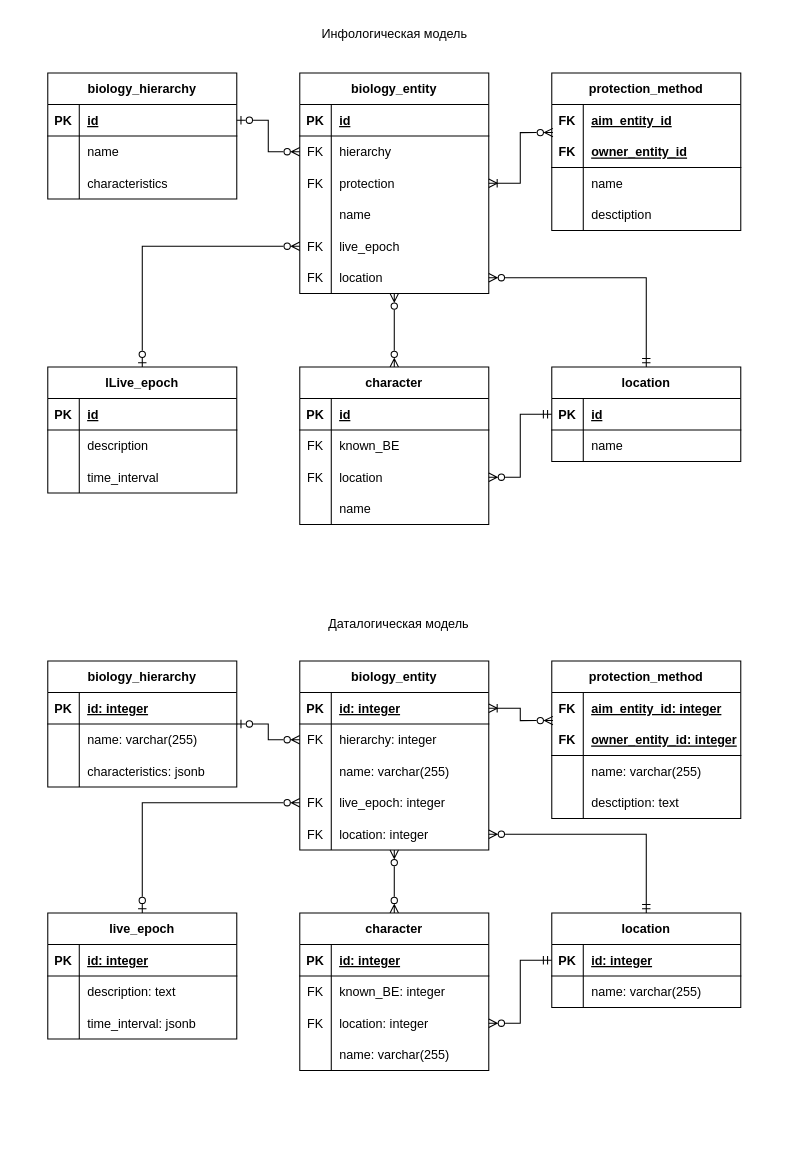
Earlier version of the draw.io diagram lab-1/res/is&db.drawio (e1turin/itmo-is-db). Source tidied: cells renumbered, new cells numbered last; positions are measured from the earlier drawing's top-left corner, leaving out a move shared by most shapes. Both pictures are drawn from the tidied source at 105%, with x=0, y=0 at pixel (47, 18).
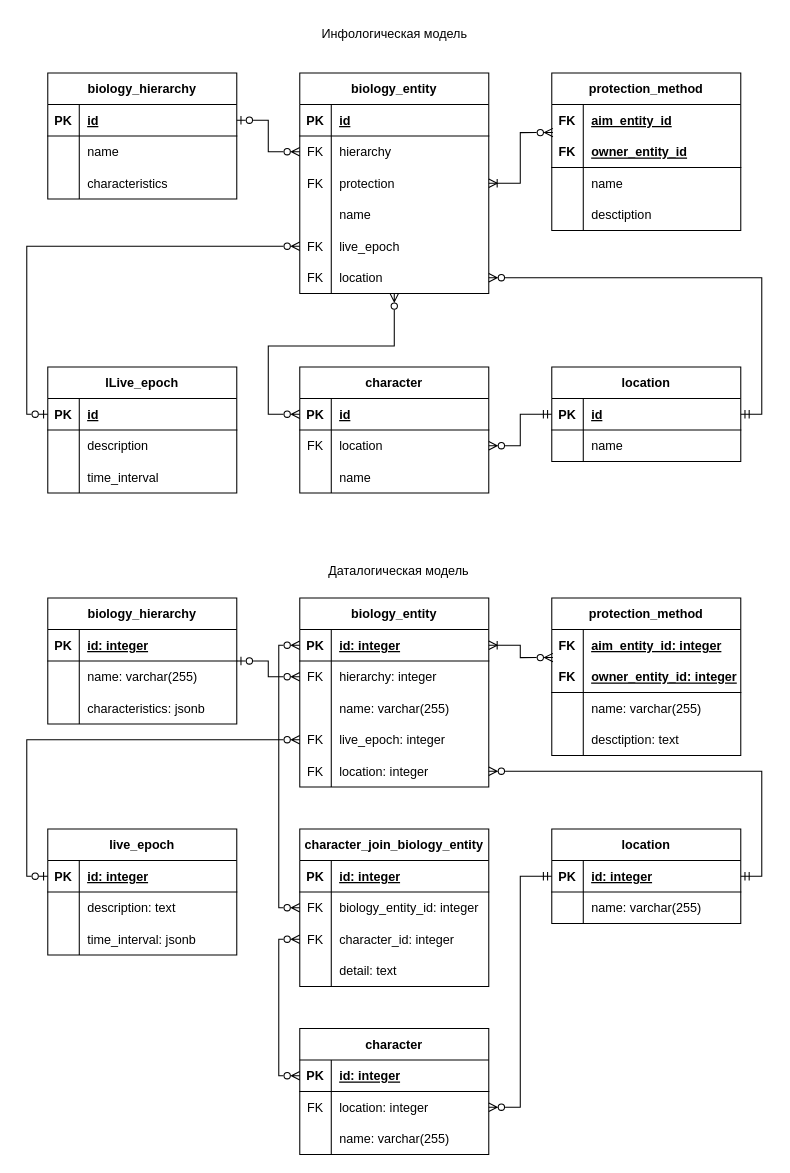
The same diagram, later.

Unchanged cells that the change refers to:
```xml
<mxCell id="15" value="biology_entity" style="shape=table;startSize=30;childLayout=tableLayout;rowLines=0;fontStyle=1;align=center;" parent="1" vertex="1">
  <mxGeometry x="240" y="52" width="180" height="210" as="geometry" />
</mxCell>
<mxCell id="28" style="shape=tableRow;horizontal=0;startSize=0;swimlaneHead=0;swimlaneBody=0;fillColor=none;points=[[0,0.5],[1,0.5]];portConstraint=eastwest;top=0;left=0;right=0;bottom=0;" parent="15" vertex="1">
  <mxGeometry y="150" width="180" height="30" as="geometry" />
</mxCell>
<mxCell id="31" style="shape=tableRow;horizontal=0;startSize=0;swimlaneHead=0;swimlaneBody=0;fillColor=none;points=[[0,0.5],[1,0.5]];portConstraint=eastwest;top=0;left=0;right=0;bottom=0;" parent="15" vertex="1">
  <mxGeometry y="180" width="180" height="30" as="geometry" />
</mxCell>
<mxCell id="48" style="shape=tableRow;horizontal=0;startSize=0;swimlaneHead=0;swimlaneBody=0;fillColor=none;points=[[0,0.5],[1,0.5]];portConstraint=eastwest;top=0;left=0;right=0;bottom=1;" parent="47" vertex="1">
  <mxGeometry y="30" width="180" height="30" as="geometry" />
</mxCell>
<mxCell id="61" value="location" style="shape=table;startSize=30;childLayout=tableLayout;rowLines=0;fontStyle=1;align=center;" parent="1" vertex="1">
  <mxGeometry x="480" y="332" width="180" height="90" as="geometry" />
</mxCell>
<mxCell id="62" style="shape=tableRow;horizontal=0;startSize=0;swimlaneHead=0;swimlaneBody=0;fillColor=none;points=[[0,0.5],[1,0.5]];portConstraint=eastwest;top=0;left=0;right=0;bottom=1;" parent="61" vertex="1">
  <mxGeometry y="30" width="180" height="30" as="geometry" />
</mxCell>
<mxCell id="68" value="lLive_epoch" style="shape=table;startSize=30;childLayout=tableLayout;rowLines=0;fontStyle=1;align=center;" parent="1" vertex="1">
  <mxGeometry y="332" width="180" height="120" as="geometry" />
</mxCell>
<mxCell id="69" style="shape=tableRow;horizontal=0;startSize=0;swimlaneHead=0;swimlaneBody=0;fillColor=none;points=[[0,0.5],[1,0.5]];portConstraint=eastwest;top=0;left=0;right=0;bottom=1;" parent="68" vertex="1">
  <mxGeometry y="30" width="180" height="30" as="geometry" />
</mxCell>
<mxCell id="94" style="shape=tableRow;horizontal=0;startSize=0;swimlaneHead=0;swimlaneBody=0;fillColor=none;points=[[0,0.5],[1,0.5]];portConstraint=eastwest;top=0;left=0;right=0;bottom=1;" parent="93" vertex="1">
  <mxGeometry y="30" width="180" height="30" as="geometry" />
</mxCell>
<mxCell id="103" style="shape=tableRow;horizontal=0;startSize=0;swimlaneHead=0;swimlaneBody=0;fillColor=none;points=[[0,0.5],[1,0.5]];portConstraint=eastwest;top=0;left=0;right=0;bottom=0;" parent="93" vertex="1">
  <mxGeometry y="120" width="180" height="30" as="geometry" />
</mxCell>
<mxCell id="106" style="shape=tableRow;horizontal=0;startSize=0;swimlaneHead=0;swimlaneBody=0;fillColor=none;points=[[0,0.5],[1,0.5]];portConstraint=eastwest;top=0;left=0;right=0;bottom=0;" parent="93" vertex="1">
  <mxGeometry y="150" width="180" height="30" as="geometry" />
</mxCell>
<mxCell id="123" style="shape=tableRow;horizontal=0;startSize=0;swimlaneHead=0;swimlaneBody=0;fillColor=none;points=[[0,0.5],[1,0.5]];portConstraint=eastwest;top=0;left=0;right=0;bottom=1;" parent="122" vertex="1">
  <mxGeometry y="30" width="180" height="30" as="geometry" />
</mxCell>
<mxCell id="137" style="shape=tableRow;horizontal=0;startSize=0;swimlaneHead=0;swimlaneBody=0;fillColor=none;points=[[0,0.5],[1,0.5]];portConstraint=eastwest;top=0;left=0;right=0;bottom=1;" parent="136" vertex="1">
  <mxGeometry y="30" width="180" height="30" as="geometry" />
</mxCell>
<mxCell id="144" style="shape=tableRow;horizontal=0;startSize=0;swimlaneHead=0;swimlaneBody=0;fillColor=none;points=[[0,0.5],[1,0.5]];portConstraint=eastwest;top=0;left=0;right=0;bottom=1;" parent="143" vertex="1">
  <mxGeometry y="30" width="180" height="30" as="geometry" />
</mxCell>
```

The edit, as a diff of the source:
```diff
@@
-    <mxCell id="13" style="edgeStyle=orthogonalEdgeStyle;rounded=0;jettySize=auto;html=1;entryX=0.5;entryY=0;entryDx=0;entryDy=0;startArrow=ERzeroToMany;startFill=0;endArrow=ERzeroToMany;endFill=0;" parent="1" edge="1" source="15" target="47">
+    <mxCell id="13" style="edgeStyle=orthogonalEdgeStyle;rounded=0;jettySize=auto;html=1;entryX=0;entryY=0.5;entryDx=0;entryDy=0;startArrow=ERzeroToMany;startFill=0;endArrow=ERzeroToMany;endFill=0;" parent="1" edge="1" source="15" target="48">
       <mxGeometry relative="1" as="geometry">
         <Array as="points">
-          <mxPoint x="330" y="293" />
-          <mxPoint x="330" y="293" />
+          <mxPoint x="330" y="312" />
+          <mxPoint x="210" y="312" />
+          <mxPoint x="210" y="377" />
         </Array>
       </mxGeometry>
     </mxCell>
@@
     <mxCell id="47" value="character" style="shape=table;startSize=30;childLayout=tableLayout;rowLines=0;fontStyle=1;align=center;" parent="1" vertex="1">
-      <mxGeometry x="240" y="332" width="180" height="150" as="geometry" />
+      <mxGeometry x="240" y="332" width="180" height="120" as="geometry" />
     </mxCell>
@@
-    <mxCell id="51" style="shape=tableRow;horizontal=0;startSize=0;swimlaneHead=0;swimlaneBody=0;fillColor=none;top=0;left=0;right=0;bottom=0;" parent="47" vertex="1">
-      <mxGeometry y="60" width="180" height="30" as="geometry" />
-    </mxCell>
-    <mxCell id="52" value="FK" style="shape=partialRectangle;fillColor=none;top=0;left=0;bottom=0;right=0;overflow=hidden;" parent="51" vertex="1">
-      <mxGeometry width="30" height="30" as="geometry" />
-    </mxCell>
-    <mxCell id="53" value="known_BE" style="shape=partialRectangle;fillColor=none;top=0;left=0;bottom=0;right=0;align=left;spacingLeft=6;overflow=hidden;" parent="51" vertex="1">
-      <mxGeometry x="30" width="150" height="30" as="geometry" />
-    </mxCell>
     <mxCell id="54" style="shape=tableRow;horizontal=0;startSize=0;swimlaneHead=0;swimlaneBody=0;fillColor=none;points=[[0,0.5],[1,0.5]];portConstraint=eastwest;top=0;left=0;right=0;bottom=0;" parent="47" vertex="1">
-      <mxGeometry y="90" width="180" height="30" as="geometry" />
+      <mxGeometry y="60" width="180" height="30" as="geometry" />
     </mxCell>
@@
     <mxCell id="57" style="shape=tableRow;horizontal=0;startSize=0;swimlaneHead=0;swimlaneBody=0;fillColor=none;top=0;left=0;right=0;bottom=0;" parent="47" vertex="1">
-      <mxGeometry y="120" width="180" height="30" as="geometry" />
+      <mxGeometry y="90" width="180" height="30" as="geometry" />
     </mxCell>
@@
-    <mxCell id="60" style="edgeStyle=orthogonalEdgeStyle;rounded=0;jettySize=auto;html=1;startArrow=ERmandOne;startFill=0;endArrow=ERzeroToMany;endFill=0;entryX=1;entryY=0.5;entryDx=0;entryDy=0;" parent="1" edge="1" source="61" target="31">
+    <mxCell id="60" style="edgeStyle=orthogonalEdgeStyle;rounded=0;jettySize=auto;html=1;startArrow=ERmandOne;startFill=0;endArrow=ERzeroToMany;endFill=0;entryX=1;entryY=0.5;entryDx=0;entryDy=0;exitX=1;exitY=0.5;exitDx=0;exitDy=0;" parent="1" edge="1" source="62" target="31">
       <mxGeometry relative="1" as="geometry" />
     </mxCell>
@@
-    <mxCell id="78" style="edgeStyle=orthogonalEdgeStyle;rounded=0;jettySize=auto;html=1;entryX=0.5;entryY=0;entryDx=0;entryDy=0;startArrow=ERzeroToMany;startFill=0;endArrow=ERzeroToOne;endFill=0;exitX=0;exitY=0.5;exitDx=0;exitDy=0;" parent="1" edge="1" source="28" target="68">
+    <mxCell id="78" style="edgeStyle=orthogonalEdgeStyle;rounded=0;jettySize=auto;html=1;entryX=0;entryY=0.5;entryDx=0;entryDy=0;startArrow=ERzeroToMany;startFill=0;endArrow=ERzeroToOne;endFill=0;exitX=0;exitY=0.5;exitDx=0;exitDy=0;" parent="1" edge="1" source="28" target="69">
       <mxGeometry relative="1" as="geometry" />
     </mxCell>
@@
     <mxCell id="81" value="biology_hierarchy" style="shape=table;startSize=30;childLayout=tableLayout;rowLines=0;fontStyle=1;align=center;" parent="1" vertex="1">
-      <mxGeometry y="612" width="180" height="120" as="geometry" />
+      <mxGeometry y="552" width="180" height="120" as="geometry" />
     </mxCell>
@@
-    <mxCell id="91" style="edgeStyle=orthogonalEdgeStyle;rounded=0;jettySize=auto;html=1;startArrow=ERzeroToMany;startFill=0;endArrow=ERzeroToMany;endFill=0;entryX=0.5;entryY=0;entryDx=0;entryDy=0;" parent="1" edge="1" source="93" target="122">
-      <mxGeometry relative="1" as="geometry" />
-    </mxCell>
@@
+    <mxCell id="157" style="edgeStyle=orthogonalEdgeStyle;rounded=0;jettySize=auto;html=1;entryX=0;entryY=0.5;entryDx=0;entryDy=0;startArrow=ERzeroToMany;startFill=0;endArrow=ERzeroToMany;endFill=0;exitX=0;exitY=0.5;exitDx=0;exitDy=0;" parent="1" edge="1" source="94" target="163">
+      <mxGeometry relative="1" as="geometry" />
+    </mxCell>
     <mxCell id="93" value="biology_entity" style="shape=table;startSize=30;childLayout=tableLayout;rowLines=0;fontStyle=1;align=center;" parent="1" vertex="1">
-      <mxGeometry x="240" y="612" width="180" height="180" as="geometry" />
+      <mxGeometry x="240" y="552" width="180" height="180" as="geometry" />
     </mxCell>
@@
     <mxCell id="109" value="protection_method" style="shape=table;startSize=30;childLayout=tableLayout;rowLines=0;fontStyle=1;align=center;" parent="1" vertex="1">
-      <mxGeometry x="480" y="612" width="180" height="150" as="geometry" />
+      <mxGeometry x="480" y="552" width="180" height="150" as="geometry" />
     </mxCell>
@@
     <mxCell id="122" value="character" style="shape=table;startSize=30;childLayout=tableLayout;rowLines=0;fontStyle=1;align=center;" parent="1" vertex="1">
-      <mxGeometry x="240" y="852" width="180" height="150" as="geometry" />
+      <mxGeometry x="240" y="962" width="180" height="120" as="geometry" />
     </mxCell>
@@
-    <mxCell id="126" style="shape=tableRow;horizontal=0;startSize=0;swimlaneHead=0;swimlaneBody=0;fillColor=none;top=0;left=0;right=0;bottom=0;" parent="122" vertex="1">
-      <mxGeometry y="60" width="180" height="30" as="geometry" />
-    </mxCell>
-    <mxCell id="127" value="FK" style="shape=partialRectangle;fillColor=none;top=0;left=0;bottom=0;right=0;overflow=hidden;" parent="126" vertex="1">
-      <mxGeometry width="30" height="30" as="geometry" />
-    </mxCell>
-    <mxCell id="128" value="known_BE: integer" style="shape=partialRectangle;fillColor=none;top=0;left=0;bottom=0;right=0;align=left;spacingLeft=6;overflow=hidden;" parent="126" vertex="1">
-      <mxGeometry x="30" width="150" height="30" as="geometry" />
-    </mxCell>
     <mxCell id="129" style="shape=tableRow;horizontal=0;startSize=0;swimlaneHead=0;swimlaneBody=0;fillColor=none;points=[[0,0.5],[1,0.5]];portConstraint=eastwest;top=0;left=0;right=0;bottom=0;" parent="122" vertex="1">
-      <mxGeometry y="90" width="180" height="30" as="geometry" />
+      <mxGeometry y="60" width="180" height="30" as="geometry" />
     </mxCell>
@@
     <mxCell id="132" style="shape=tableRow;horizontal=0;startSize=0;swimlaneHead=0;swimlaneBody=0;fillColor=none;top=0;left=0;right=0;bottom=0;" parent="122" vertex="1">
-      <mxGeometry y="120" width="180" height="30" as="geometry" />
+      <mxGeometry y="90" width="180" height="30" as="geometry" />
     </mxCell>
@@
-    <mxCell id="135" style="edgeStyle=orthogonalEdgeStyle;rounded=0;jettySize=auto;html=1;startArrow=ERmandOne;startFill=0;endArrow=ERzeroToMany;endFill=0;entryX=1;entryY=0.5;entryDx=0;entryDy=0;" parent="1" edge="1" source="136" target="106">
+    <mxCell id="135" style="edgeStyle=orthogonalEdgeStyle;rounded=0;jettySize=auto;html=1;startArrow=ERmandOne;startFill=0;endArrow=ERzeroToMany;endFill=0;entryX=1;entryY=0.5;entryDx=0;entryDy=0;exitX=1;exitY=0.5;exitDx=0;exitDy=0;" parent="1" edge="1" source="137" target="106">
       <mxGeometry relative="1" as="geometry" />
     </mxCell>
     <mxCell id="136" value="location" style="shape=table;startSize=30;childLayout=tableLayout;rowLines=0;fontStyle=1;align=center;" parent="1" vertex="1">
-      <mxGeometry x="480" y="852" width="180" height="90" as="geometry" />
+      <mxGeometry x="480" y="772" width="180" height="90" as="geometry" />
     </mxCell>
@@
     <mxCell id="143" value="live_epoch" style="shape=table;startSize=30;childLayout=tableLayout;rowLines=0;fontStyle=1;align=center;" parent="1" vertex="1">
-      <mxGeometry y="852" width="180" height="120" as="geometry" />
+      <mxGeometry y="772" width="180" height="120" as="geometry" />
     </mxCell>
@@
-    <mxCell id="153" style="edgeStyle=orthogonalEdgeStyle;rounded=0;jettySize=auto;html=1;startArrow=ERzeroToMany;startFill=0;endArrow=ERzeroToOne;endFill=0;exitX=0;exitY=0.5;exitDx=0;exitDy=0;entryX=0.5;entryY=0;entryDx=0;entryDy=0;" parent="1" edge="1" source="103" target="143">
+    <mxCell id="153" style="edgeStyle=orthogonalEdgeStyle;rounded=0;jettySize=auto;html=1;startArrow=ERzeroToMany;startFill=0;endArrow=ERzeroToOne;endFill=0;exitX=0;exitY=0.5;exitDx=0;exitDy=0;entryX=0;entryY=0.5;entryDx=0;entryDy=0;" parent="1" edge="1" source="103" target="144">
       <mxGeometry relative="1" as="geometry" />
     </mxCell>
@@
     <mxCell id="156" value="Даталогическая модель" style="text;html=1;align=center;verticalAlign=middle;strokeColor=none;fillColor=none;" parent="1" vertex="1">
-      <mxGeometry x="254" y="562" width="160" height="30" as="geometry" />
+      <mxGeometry x="254" y="512" width="160" height="30" as="geometry" />
     </mxCell>
+    <mxCell id="158" style="edgeStyle=orthogonalEdgeStyle;rounded=0;jettySize=auto;html=1;entryX=0;entryY=0.5;entryDx=0;entryDy=0;startArrow=ERzeroToMany;startFill=0;endArrow=ERzeroToMany;endFill=0;exitX=0;exitY=0.5;exitDx=0;exitDy=0;" parent="1" edge="1" source="166" target="123">
+      <mxGeometry relative="1" as="geometry" />
+    </mxCell>
+    <mxCell id="159" value="character_join_biology_entity" style="shape=table;startSize=30;childLayout=tableLayout;rowLines=0;fontStyle=1;align=center;" parent="1" vertex="1">
+      <mxGeometry x="240" y="772" width="180" height="150" as="geometry" />
+    </mxCell>
+    <mxCell id="160" style="shape=tableRow;horizontal=0;startSize=0;swimlaneHead=0;swimlaneBody=0;fillColor=none;top=0;left=0;right=0;bottom=1;" parent="159" vertex="1">
+      <mxGeometry y="30" width="180" height="30" as="geometry" />
+    </mxCell>
+    <mxCell id="161" value="PK" style="shape=partialRectangle;fillColor=none;top=0;left=0;bottom=0;right=0;fontStyle=1;overflow=hidden;" parent="160" vertex="1">
+      <mxGeometry width="30" height="30" as="geometry" />
+    </mxCell>
+    <mxCell id="162" value="id: integer" style="shape=partialRectangle;fillColor=none;top=0;left=0;bottom=0;right=0;align=left;spacingLeft=6;fontStyle=5;overflow=hidden;" parent="160" vertex="1">
+      <mxGeometry x="30" width="150" height="30" as="geometry" />
+    </mxCell>
+    <mxCell id="163" style="shape=tableRow;horizontal=0;startSize=0;swimlaneHead=0;swimlaneBody=0;fillColor=none;points=[[0,0.5],[1,0.5]];portConstraint=eastwest;top=0;left=0;right=0;bottom=0;" parent="159" vertex="1">
+      <mxGeometry y="60" width="180" height="30" as="geometry" />
+    </mxCell>
+    <mxCell id="164" value="FK" style="shape=partialRectangle;fillColor=none;top=0;left=0;bottom=0;right=0;overflow=hidden;" parent="163" vertex="1">
+      <mxGeometry width="30" height="30" as="geometry" />
+    </mxCell>
+    <mxCell id="165" value="biology_entity_id: integer" style="shape=partialRectangle;fillColor=none;top=0;left=0;bottom=0;right=0;align=left;spacingLeft=6;overflow=hidden;" parent="163" vertex="1">
+      <mxGeometry x="30" width="150" height="30" as="geometry" />
+    </mxCell>
+    <mxCell id="166" style="shape=tableRow;horizontal=0;startSize=0;swimlaneHead=0;swimlaneBody=0;fillColor=none;points=[[0,0.5],[1,0.5]];portConstraint=eastwest;top=0;left=0;right=0;bottom=0;" parent="159" vertex="1">
+      <mxGeometry y="90" width="180" height="30" as="geometry" />
+    </mxCell>
+    <mxCell id="167" value="FK" style="shape=partialRectangle;fillColor=none;top=0;left=0;bottom=0;right=0;overflow=hidden;" parent="166" vertex="1">
+      <mxGeometry width="30" height="30" as="geometry" />
+    </mxCell>
+    <mxCell id="168" value="character_id: integer" style="shape=partialRectangle;fillColor=none;top=0;left=0;bottom=0;right=0;align=left;spacingLeft=6;overflow=hidden;" parent="166" vertex="1">
+      <mxGeometry x="30" width="150" height="30" as="geometry" />
+    </mxCell>
+    <mxCell id="169" style="shape=tableRow;horizontal=0;startSize=0;swimlaneHead=0;swimlaneBody=0;fillColor=none;top=0;left=0;right=0;bottom=0;" parent="159" vertex="1">
+      <mxGeometry y="120" width="180" height="30" as="geometry" />
+    </mxCell>
+    <mxCell id="170" style="shape=partialRectangle;fillColor=none;top=0;left=0;bottom=0;right=0;overflow=hidden;" parent="169" vertex="1">
+      <mxGeometry width="30" height="30" as="geometry" />
+    </mxCell>
+    <mxCell id="171" value="detail: text" style="shape=partialRectangle;fillColor=none;top=0;left=0;bottom=0;right=0;align=left;spacingLeft=6;overflow=hidden;" parent="169" vertex="1">
+      <mxGeometry x="30" width="150" height="30" as="geometry" />
+    </mxCell>
```
